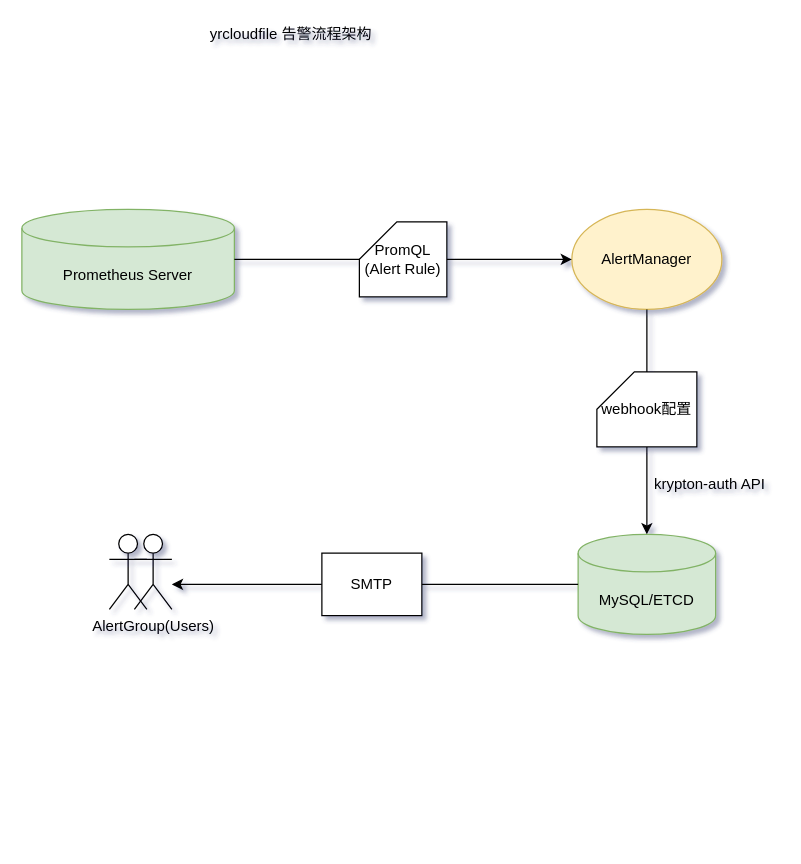
The draw.io diagram Prometheus-Alert-Notify.drawio in yihezhou/diagrams, before the edit. Source tidied: cells renumbered, new cells numbered last; positions are measured from the earlier drawing's top-left corner, leaving out a move shared by most shapes. Both pictures are drawn from the tidied source at 125%, with x=0, y=0 at pixel (21, 21).
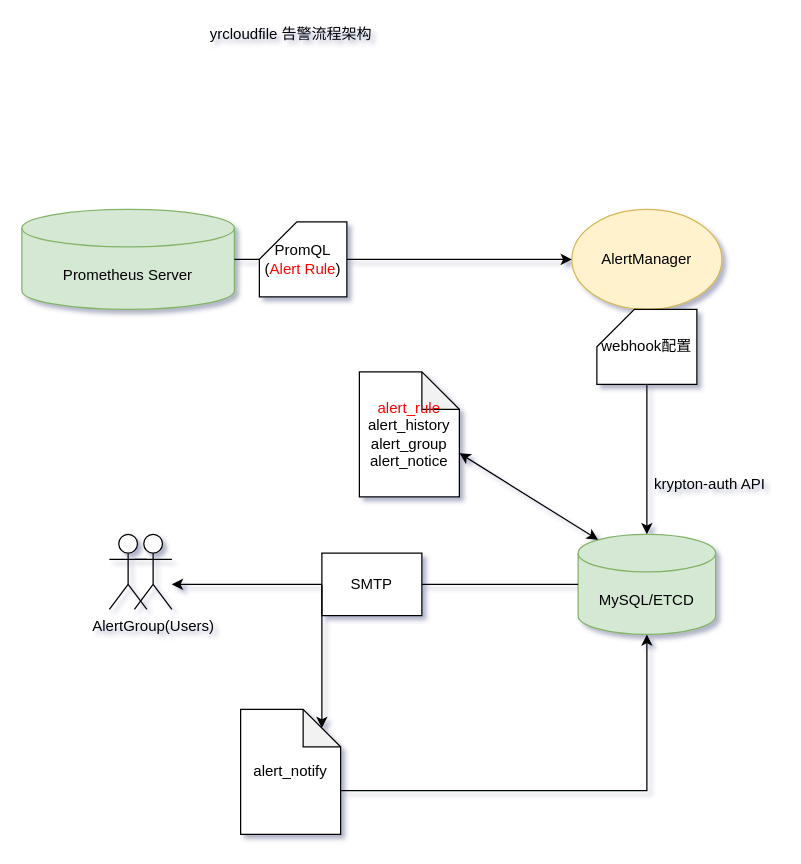
The same page after the edit.

Unchanged cells that the change refers to:
```xml
<mxCell id="2" value="Prometheus Server" style="shape=cylinder3;whiteSpace=wrap;html=1;boundedLbl=1;backgroundOutline=1;size=15;fillColor=#d5e8d4;strokeColor=#82b366;" parent="1" vertex="1">
  <mxGeometry y="150" width="170" height="80" as="geometry" />
</mxCell>
<mxCell id="3" value="AlertManager" style="ellipse;whiteSpace=wrap;html=1;fillColor=#fff2cc;strokeColor=#d6b656;" parent="1" vertex="1">
  <mxGeometry x="440" y="150" width="120" height="80" as="geometry" />
</mxCell>
<mxCell id="7" value="MySQL/ETCD" style="shape=cylinder3;whiteSpace=wrap;html=1;boundedLbl=1;backgroundOutline=1;size=15;fillColor=#d5e8d4;strokeColor=#82b366;" parent="1" vertex="1">
  <mxGeometry x="445" y="410" width="110" height="80" as="geometry" />
</mxCell>
<mxCell id="15" value="SMTP" style="shape=step;perimeter=stepPerimeter;whiteSpace=wrap;html=1;fixedSize=1;rotation=0;size=-30;" parent="1" vertex="1">
  <mxGeometry x="240" y="425" width="80" height="50" as="geometry" />
</mxCell>
```

The edit, as a diff of the source:
```diff
@@
-    <mxCell id="4" style="endArrow=classic;html=1;rounded=0;exitX=1;exitY=0.5;exitDx=0;exitDy=0;exitPerimeter=0;entryX=0;entryY=0.5;entryDx=0;entryDy=0;" parent="1" edge="1" source="2" target="3">
+    <mxCell id="4" style="endArrow=classic;html=1;rounded=0;exitX=1;exitY=0.5;exitDx=0;exitDy=0;exitPerimeter=0;entryX=0;entryY=0.5;entryDx=0;entryDy=0;startArrow=none;" parent="1" edge="1" source="6" target="3">
       <mxGeometry relative="1" as="geometry" />
     </mxCell>
@@
-    <mxCell id="6" value="PromQL&lt;br&gt;(Alert Rule)" style="shape=card;whiteSpace=wrap;html=1;" parent="1" vertex="1">
-      <mxGeometry x="270" y="160" width="70" height="60" as="geometry" />
-    </mxCell>
@@
     <mxCell id="9" value="webhook配置" style="shape=card;whiteSpace=wrap;html=1;" parent="1" vertex="1">
-      <mxGeometry x="460" y="280" width="80" height="60" as="geometry" />
+      <mxGeometry x="460" y="230" width="80" height="60" as="geometry" />
     </mxCell>
@@
+    <mxCell id="16" value="&lt;font color=&quot;#ff0000&quot;&gt;alert_rule&lt;/font&gt;&lt;br&gt;alert_history&lt;br&gt;alert_group&lt;br&gt;alert_notice" style="shape=note;whiteSpace=wrap;html=1;backgroundOutline=1;darkOpacity=0.05;" parent="1" vertex="1">
+      <mxGeometry x="270" y="280" width="80" height="100" as="geometry" />
+    </mxCell>
+    <mxCell id="17" value="alert_notify" style="shape=note;whiteSpace=wrap;html=1;backgroundOutline=1;darkOpacity=0.05;" parent="1" vertex="1">
+      <mxGeometry x="175" y="550" width="80" height="100" as="geometry" />
+    </mxCell>
+    <mxCell id="18" style="endArrow=classic;html=1;rounded=0;exitX=0;exitY=0.5;exitDx=0;exitDy=0;entryX=0;entryY=0;entryDx=65;entryDy=15;entryPerimeter=0;" parent="1" edge="1" source="15" target="17">
+      <mxGeometry relative="1" as="geometry" />
+    </mxCell>
+    <mxCell id="19" style="endArrow=classic;html=1;rounded=0;exitX=0;exitY=0;exitDx=80;exitDy=65;exitPerimeter=0;entryX=0.5;entryY=1;entryDx=0;entryDy=0;entryPerimeter=0;" parent="1" edge="1" source="17" target="7">
+      <mxGeometry relative="1" as="geometry">
+        <Array as="points">
+          <mxPoint x="500" y="615" />
+        </Array>
+      </mxGeometry>
+    </mxCell>
+    <mxCell id="20" style="endArrow=classic;startArrow=classic;html=1;rounded=0;entryX=0.145;entryY=0;entryDx=0;entryDy=4.35;entryPerimeter=0;exitX=0;exitY=0;exitDx=80;exitDy=65;exitPerimeter=0;" parent="1" edge="1" source="16" target="7">
+      <mxGeometry relative="1" as="geometry" />
+    </mxCell>
+    <mxCell id="6" value="PromQL&lt;br&gt;(&lt;font color=&quot;#ff0000&quot;&gt;Alert Rule&lt;/font&gt;)" style="shape=card;whiteSpace=wrap;html=1;" parent="1" vertex="1">
+      <mxGeometry x="190" y="160" width="70" height="60" as="geometry" />
+    </mxCell>
+    <mxCell id="21" style="endArrow=none;html=1;rounded=0;exitX=1;exitY=0.5;exitDx=0;exitDy=0;exitPerimeter=0;entryX=0;entryY=0.5;entryDx=0;entryDy=0;" parent="1" edge="1" source="2" target="6">
+      <mxGeometry relative="1" as="geometry" />
+    </mxCell>
```
